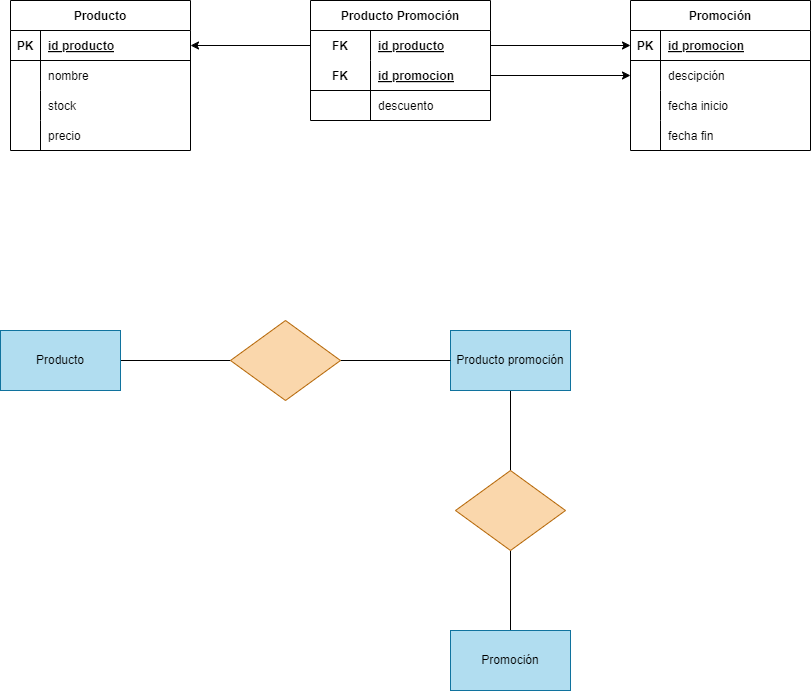
Earlier version of the draw.io export Tareas/Unidad2/ejercicio2.13.drawio.png (WhiteCascade/BAE). Source tidied: cells renumbered, new cells last; positions are measured from the earlier drawing's top-left corner, leaving out a move shared by most shapes.
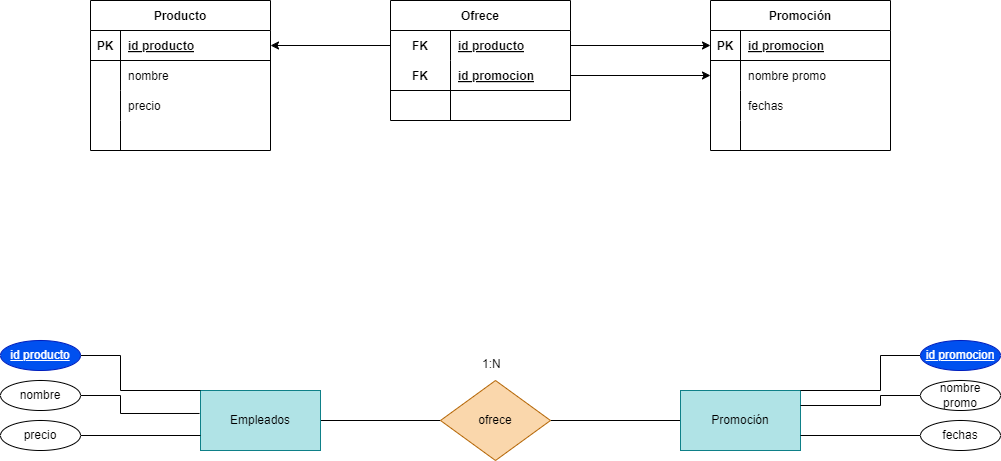
Later version of the same file.

Diff of the diagram source:
```diff
@@ -29,7 +29,7 @@
     <mxCell id="10" style="shape=partialRectangle;fillColor=none;top=0;left=0;bottom=0;right=0;overflow=hidden;" parent="9" vertex="1">
       <mxGeometry width="30" height="30" as="geometry" />
     </mxCell>
-    <mxCell id="11" value="stock" style="shape=partialRectangle;fillColor=none;top=0;left=0;bottom=0;right=0;align=left;spacingLeft=6;overflow=hidden;" parent="9" vertex="1">
+    <mxCell id="11" value="precio" style="shape=partialRectangle;fillColor=none;top=0;left=0;bottom=0;right=0;align=left;spacingLeft=6;overflow=hidden;" parent="9" vertex="1">
       <mxGeometry x="30" width="150" height="30" as="geometry" />
     </mxCell>
     <mxCell id="12" style="shape=tableRow;horizontal=0;startSize=0;swimlaneHead=0;swimlaneBody=0;fillColor=none;top=0;left=0;right=0;bottom=0;" parent="2" vertex="1">
@@ -38,10 +38,10 @@
     <mxCell id="13" style="shape=partialRectangle;fillColor=none;top=0;left=0;bottom=0;right=0;overflow=hidden;" parent="12" vertex="1">
       <mxGeometry width="30" height="30" as="geometry" />
     </mxCell>
-    <mxCell id="14" value="precio" style="shape=partialRectangle;fillColor=none;top=0;left=0;bottom=0;right=0;align=left;spacingLeft=6;overflow=hidden;" parent="12" vertex="1">
+    <mxCell id="14" style="shape=partialRectangle;fillColor=none;top=0;left=0;bottom=0;right=0;align=left;spacingLeft=6;overflow=hidden;" parent="12" vertex="1">
       <mxGeometry x="30" width="150" height="30" as="geometry" />
     </mxCell>
-    <mxCell id="15" value="Producto Promoción" style="shape=table;startSize=30;rowLines=0;fontStyle=1;align=center;" parent="1" vertex="1">
+    <mxCell id="15" value="Ofrece" style="shape=table;startSize=30;rowLines=0;fontStyle=1;align=center;" parent="1" vertex="1">
       <mxGeometry x="310" width="180" height="120" as="geometry" />
     </mxCell>
     <mxCell id="16" style="shape=tableRow;horizontal=0;startSize=0;swimlaneHead=0;swimlaneBody=0;fillColor=none;points=[[0,0.5],[1,0.5]];portConstraint=eastwest;top=0;left=0;right=0;bottom=0;" parent="15" vertex="1">
@@ -68,7 +68,7 @@
     <mxCell id="23" style="shape=partialRectangle;fillColor=none;top=0;left=0;bottom=0;right=0;overflow=hidden;" parent="22" vertex="1">
       <mxGeometry width="60" height="30" as="geometry" />
     </mxCell>
-    <mxCell id="24" value="descuento" style="shape=partialRectangle;fillColor=none;top=0;left=0;bottom=0;right=0;align=left;spacingLeft=6;overflow=hidden;" parent="22" vertex="1">
+    <mxCell id="24" style="shape=partialRectangle;fillColor=none;top=0;left=0;bottom=0;right=0;align=left;spacingLeft=6;overflow=hidden;" parent="22" vertex="1">
       <mxGeometry x="60" width="120" height="30" as="geometry" />
     </mxCell>
     <mxCell id="25" value="Promoción" style="shape=table;startSize=30;rowLines=0;fontStyle=1;align=center;" parent="1" vertex="1">
@@ -89,7 +89,7 @@
     <mxCell id="30" style="shape=partialRectangle;fillColor=none;top=0;left=0;bottom=0;right=0;overflow=hidden;" parent="29" vertex="1">
       <mxGeometry width="30" height="30" as="geometry" />
     </mxCell>
-    <mxCell id="31" value="descipción" style="shape=partialRectangle;fillColor=none;top=0;left=0;bottom=0;right=0;align=left;spacingLeft=6;overflow=hidden;" parent="29" vertex="1">
+    <mxCell id="31" value="nombre promo" style="shape=partialRectangle;fillColor=none;top=0;left=0;bottom=0;right=0;align=left;spacingLeft=6;overflow=hidden;" parent="29" vertex="1">
       <mxGeometry x="30" width="150" height="30" as="geometry" />
     </mxCell>
     <mxCell id="32" style="shape=tableRow;horizontal=0;startSize=0;swimlaneHead=0;swimlaneBody=0;fillColor=none;top=0;left=0;right=0;bottom=0;" parent="25" vertex="1">
@@ -98,7 +98,7 @@
     <mxCell id="33" style="shape=partialRectangle;fillColor=none;top=0;left=0;bottom=0;right=0;overflow=hidden;" parent="32" vertex="1">
       <mxGeometry width="30" height="30" as="geometry" />
     </mxCell>
-    <mxCell id="34" value="fecha inicio" style="shape=partialRectangle;fillColor=none;top=0;left=0;bottom=0;right=0;align=left;spacingLeft=6;overflow=hidden;" parent="32" vertex="1">
+    <mxCell id="34" value="fechas" style="shape=partialRectangle;fillColor=none;top=0;left=0;bottom=0;right=0;align=left;spacingLeft=6;overflow=hidden;" parent="32" vertex="1">
       <mxGeometry x="30" width="150" height="30" as="geometry" />
     </mxCell>
     <mxCell id="35" style="shape=tableRow;horizontal=0;startSize=0;swimlaneHead=0;swimlaneBody=0;fillColor=none;top=0;left=0;right=0;bottom=0;" parent="25" vertex="1">
@@ -107,7 +107,7 @@
     <mxCell id="36" style="shape=partialRectangle;fillColor=none;top=0;left=0;bottom=0;right=0;overflow=hidden;" parent="35" vertex="1">
       <mxGeometry width="30" height="30" as="geometry" />
     </mxCell>
-    <mxCell id="37" value="fecha fin" style="shape=partialRectangle;fillColor=none;top=0;left=0;bottom=0;right=0;align=left;spacingLeft=6;overflow=hidden;" parent="35" vertex="1">
+    <mxCell id="37" style="shape=partialRectangle;fillColor=none;top=0;left=0;bottom=0;right=0;align=left;spacingLeft=6;overflow=hidden;" parent="35" vertex="1">
       <mxGeometry x="30" width="150" height="30" as="geometry" />
     </mxCell>
     <mxCell id="38" style="edgeStyle=none;html=1;" parent="1" edge="1" source="16" target="3">
@@ -119,32 +119,79 @@
     <mxCell id="40" style="edgeStyle=none;html=1;" parent="1" edge="1" source="19" target="29">
       <mxGeometry relative="1" as="geometry" />
     </mxCell>
-    <mxCell id="41" style="edgeStyle=none;html=1;entryX=0;entryY=0.5;entryDx=0;entryDy=0;endArrow=none;endFill=0;" parent="1" edge="1" source="42" target="48">
-      <mxGeometry relative="1" as="geometry" />
-    </mxCell>
-    <mxCell id="42" value="Producto" style="rounded=0;whiteSpace=wrap;html=1;fillColor=#b1ddf0;strokeColor=#10739e;" parent="1" vertex="1">
-      <mxGeometry y="330" width="120" height="60" as="geometry" />
-    </mxCell>
-    <mxCell id="43" style="edgeStyle=none;html=1;entryX=0.5;entryY=0;entryDx=0;entryDy=0;endArrow=none;endFill=0;" parent="1" edge="1" source="44" target="49">
-      <mxGeometry relative="1" as="geometry" />
-    </mxCell>
-    <mxCell id="44" value="Producto promoción" style="rounded=0;whiteSpace=wrap;html=1;fillColor=#b1ddf0;strokeColor=#10739e;" parent="1" vertex="1">
-      <mxGeometry x="450" y="330" width="120" height="60" as="geometry" />
-    </mxCell>
-    <mxCell id="45" style="edgeStyle=none;html=1;entryX=0.5;entryY=1;entryDx=0;entryDy=0;endArrow=none;endFill=0;" parent="1" edge="1" source="46" target="49">
-      <mxGeometry relative="1" as="geometry" />
-    </mxCell>
+    <mxCell id="50" style="edgeStyle=none;html=1;entryX=0;entryY=0.5;entryDx=0;entryDy=0;endArrow=none;endFill=0;" parent="1" edge="1" source="51" target="53">
+      <mxGeometry relative="1" as="geometry" />
+    </mxCell>
+    <mxCell id="51" value="Empleados" style="rounded=0;whiteSpace=wrap;html=1;fillColor=#b0e3e6;strokeColor=#0e8088;" parent="1" vertex="1">
+      <mxGeometry x="120" y="390" width="120" height="60" as="geometry" />
+    </mxCell>
+    <mxCell id="52" style="edgeStyle=none;html=1;endArrow=none;endFill=0;" parent="1" edge="1" source="46" target="53">
+      <mxGeometry relative="1" as="geometry" />
+    </mxCell>
-    <mxCell id="46" value="Promoción" style="rounded=0;whiteSpace=wrap;html=1;fillColor=#b1ddf0;strokeColor=#10739e;" parent="1" vertex="1">
-      <mxGeometry x="450" y="630" width="120" height="60" as="geometry" />
+    <mxCell id="46" value="Promoción" style="rounded=0;whiteSpace=wrap;html=1;fillColor=#b0e3e6;strokeColor=#0e8088;" parent="1" vertex="1">
+      <mxGeometry x="600" y="390" width="120" height="60" as="geometry" />
     </mxCell>
-    <mxCell id="47" style="edgeStyle=none;html=1;entryX=0;entryY=0.5;entryDx=0;entryDy=0;endArrow=none;endFill=0;" parent="1" edge="1" source="48" target="44">
-      <mxGeometry relative="1" as="geometry" />
-    </mxCell>
-    <mxCell id="48" style="rhombus;whiteSpace=wrap;html=1;fillColor=#fad7ac;strokeColor=#b46504;" parent="1" vertex="1">
-      <mxGeometry x="230" y="320" width="110" height="80" as="geometry" />
-    </mxCell>
-    <mxCell id="49" style="rhombus;whiteSpace=wrap;html=1;fillColor=#fad7ac;strokeColor=#b46504;" parent="1" vertex="1">
-      <mxGeometry x="455" y="470" width="110" height="80" as="geometry" />
-    </mxCell>
+    <mxCell id="53" value="ofrece" style="rhombus;whiteSpace=wrap;html=1;fillColor=#fad7ac;strokeColor=#b46504;" parent="1" vertex="1">
+      <mxGeometry x="360" y="380" width="110" height="80" as="geometry" />
+    </mxCell>
+    <mxCell id="54" style="edgeStyle=none;html=1;entryX=0;entryY=0;entryDx=0;entryDy=0;endArrow=none;endFill=0;rounded=0;" parent="1" edge="1" source="55" target="51">
+      <mxGeometry relative="1" as="geometry">
+        <Array as="points">
+          <mxPoint x="40" y="355" />
+          <mxPoint x="40" y="390" />
+        </Array>
+      </mxGeometry>
+    </mxCell>
+    <mxCell id="55" value="&lt;u&gt;id producto&lt;/u&gt;" style="ellipse;whiteSpace=wrap;html=1;fillColor=#0050ef;fontColor=#ffffff;strokeColor=#001DBC;" parent="1" vertex="1">
+      <mxGeometry x="-80" y="340" width="80" height="30" as="geometry" />
+    </mxCell>
+    <mxCell id="56" style="edgeStyle=none;html=1;endArrow=none;endFill=0;entryX=-0.008;entryY=0.383;entryDx=0;entryDy=0;entryPerimeter=0;rounded=0;" parent="1" edge="1" source="57" target="51">
+      <mxGeometry relative="1" as="geometry">
+        <Array as="points">
+          <mxPoint x="40" y="395" />
+          <mxPoint x="40" y="413" />
+        </Array>
+      </mxGeometry>
+    </mxCell>
+    <mxCell id="57" value="nombre" style="ellipse;whiteSpace=wrap;html=1;" parent="1" vertex="1">
+      <mxGeometry x="-80" y="380" width="80" height="30" as="geometry" />
+    </mxCell>
+    <mxCell id="58" style="edgeStyle=none;html=1;entryX=0;entryY=0.75;entryDx=0;entryDy=0;endArrow=none;endFill=0;" parent="1" edge="1" source="59" target="51">
+      <mxGeometry relative="1" as="geometry" />
+    </mxCell>
+    <mxCell id="59" value="precio" style="ellipse;whiteSpace=wrap;html=1;" parent="1" vertex="1">
+      <mxGeometry x="-80" y="420" width="80" height="30" as="geometry" />
+    </mxCell>
+    <mxCell id="60" style="edgeStyle=none;html=1;entryX=1;entryY=0.75;entryDx=0;entryDy=0;endArrow=none;endFill=0;" parent="1" edge="1" source="61" target="46">
+      <mxGeometry relative="1" as="geometry" />
+    </mxCell>
+    <mxCell id="61" value="fechas" style="ellipse;whiteSpace=wrap;html=1;" parent="1" vertex="1">
+      <mxGeometry x="840" y="420" width="80" height="30" as="geometry" />
+    </mxCell>
+    <mxCell id="62" style="edgeStyle=none;html=1;entryX=1;entryY=0.25;entryDx=0;entryDy=0;endArrow=none;endFill=0;rounded=0;" parent="1" edge="1" source="63" target="46">
+      <mxGeometry relative="1" as="geometry">
+        <Array as="points">
+          <mxPoint x="800" y="395" />
+          <mxPoint x="800" y="405" />
+        </Array>
+      </mxGeometry>
+    </mxCell>
+    <mxCell id="63" value="&lt;span style=&quot;text-align: left;&quot;&gt;nombre promo&lt;/span&gt;" style="ellipse;whiteSpace=wrap;html=1;" parent="1" vertex="1">
+      <mxGeometry x="840" y="380" width="80" height="30" as="geometry" />
+    </mxCell>
+    <mxCell id="64" style="edgeStyle=none;html=1;entryX=1;entryY=0;entryDx=0;entryDy=0;endArrow=none;endFill=0;rounded=0;" parent="1" edge="1" source="65" target="46">
+      <mxGeometry relative="1" as="geometry">
+        <Array as="points">
+          <mxPoint x="800" y="355" />
+          <mxPoint x="800" y="390" />
+        </Array>
+      </mxGeometry>
+    </mxCell>
+    <mxCell id="65" value="&lt;span style=&quot;text-align: left;&quot;&gt;&lt;u&gt;id promocion&lt;/u&gt;&lt;/span&gt;" style="ellipse;whiteSpace=wrap;html=1;fillColor=#0050ef;fontColor=#ffffff;strokeColor=#001DBC;" parent="1" vertex="1">
+      <mxGeometry x="840" y="340" width="80" height="30" as="geometry" />
+    </mxCell>
+    <mxCell id="66" value="1:N" style="text;whiteSpace=wrap;html=1;" parent="1" vertex="1">
+      <mxGeometry x="400" y="350" width="50" height="40" as="geometry" />
+    </mxCell>
   </root>
 </mxGraphModel>
```
